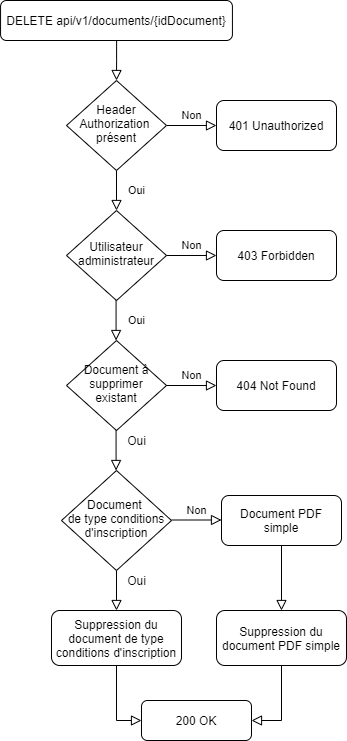
Earlier version of the draw.io export documentation/diagram/drawio/flowchartDeleteOneDocument.png (jonathanboreljaquet/bj-travail-diplome-2021). Source tidied: cells renumbered, new cells last; positions are measured from the earlier drawing's top-left corner, leaving out a move shared by most shapes. The source it was exported from:
```xml
<mxGraphModel>
  <root>
    <mxCell id="0" />
    <mxCell id="1" parent="0" />
    <mxCell id="2" style="rounded=0;html=1;jettySize=auto;fontSize=11;endArrow=block;endFill=0;endSize=8;strokeWidth=1;shadow=0;labelBackgroundColor=none;edgeStyle=orthogonalEdgeStyle;" parent="1" edge="1" source="3" target="6">
      <mxGeometry relative="1" as="geometry" />
    </mxCell>
    <mxCell id="3" value="DELETE api/v1/documents/{idDocument}" style="rounded=1;whiteSpace=wrap;html=1;fontSize=12;glass=0;strokeWidth=1;shadow=0;" parent="1" vertex="1">
      <mxGeometry x="0.1" width="231.9" height="40" as="geometry" />
    </mxCell>
    <mxCell id="4" value="Oui" style="rounded=0;html=1;jettySize=auto;fontSize=11;endArrow=block;endFill=0;endSize=8;strokeWidth=1;shadow=0;labelBackgroundColor=none;edgeStyle=orthogonalEdgeStyle;" parent="1" edge="1" source="6" target="8">
      <mxGeometry y="20" relative="1" as="geometry" />
    </mxCell>
    <mxCell id="5" value="Non" style="edgeStyle=orthogonalEdgeStyle;rounded=0;html=1;jettySize=auto;fontSize=11;endArrow=block;endFill=0;endSize=8;strokeWidth=1;shadow=0;labelBackgroundColor=none;" parent="1" edge="1" source="6" target="7">
      <mxGeometry y="10" relative="1" as="geometry" />
    </mxCell>
    <mxCell id="6" value="Header Authorization&amp;nbsp;&lt;br&gt;présent" style="rhombus;whiteSpace=wrap;html=1;shadow=0;fontFamily=Helvetica;fontSize=12;align=center;strokeWidth=1;spacing=6;spacingTop=-4;" parent="1" vertex="1">
      <mxGeometry x="66" y="80" width="100" height="90" as="geometry" />
    </mxCell>
    <mxCell id="7" value="401 Unauthorized" style="rounded=1;whiteSpace=wrap;html=1;fontSize=12;glass=0;strokeWidth=1;shadow=0;" parent="1" vertex="1">
      <mxGeometry x="216" y="100" width="120" height="50" as="geometry" />
    </mxCell>
    <mxCell id="8" value="Utilisateur administrateur" style="rhombus;whiteSpace=wrap;html=1;shadow=0;fontFamily=Helvetica;fontSize=12;align=center;strokeWidth=1;spacing=6;spacingTop=-4;" parent="1" vertex="1">
      <mxGeometry x="66" y="210" width="100" height="90" as="geometry" />
    </mxCell>
    <mxCell id="9" value="Oui" style="rounded=0;html=1;jettySize=auto;orthogonalLoop=1;fontSize=11;endArrow=block;endFill=0;endSize=8;strokeWidth=1;shadow=0;labelBackgroundColor=none;edgeStyle=orthogonalEdgeStyle;" parent="1" edge="1">
      <mxGeometry y="20" relative="1" as="geometry">
        <mxPoint x="115.6" y="300" as="sourcePoint" />
        <mxPoint x="115.6" y="340" as="targetPoint" />
      </mxGeometry>
    </mxCell>
    <mxCell id="10" value="200 OK" style="rounded=1;whiteSpace=wrap;html=1;fontSize=12;glass=0;strokeWidth=1;shadow=0;" parent="1" vertex="1">
      <mxGeometry x="141" y="700" width="110" height="40" as="geometry" />
    </mxCell>
    <mxCell id="11" value="Non" style="edgeStyle=orthogonalEdgeStyle;rounded=0;html=1;jettySize=auto;fontSize=11;endArrow=block;endFill=0;endSize=8;strokeWidth=1;shadow=0;labelBackgroundColor=none;" parent="1" edge="1" target="12">
      <mxGeometry y="10" relative="1" as="geometry">
        <mxPoint x="166" y="255" as="sourcePoint" />
      </mxGeometry>
    </mxCell>
    <mxCell id="12" value="403 Forbidden" style="rounded=1;whiteSpace=wrap;html=1;fontSize=12;glass=0;strokeWidth=1;shadow=0;" parent="1" vertex="1">
      <mxGeometry x="216" y="230" width="120" height="50" as="geometry" />
    </mxCell>
    <mxCell id="13" value="Document à supprimer&lt;br&gt;existant" style="rhombus;whiteSpace=wrap;html=1;shadow=0;fontFamily=Helvetica;fontSize=12;align=center;strokeWidth=1;spacing=6;spacingTop=-4;" parent="1" vertex="1">
      <mxGeometry x="66" y="340" width="100" height="90" as="geometry" />
    </mxCell>
    <mxCell id="14" value="Non" style="edgeStyle=orthogonalEdgeStyle;rounded=0;html=1;jettySize=auto;fontSize=11;endArrow=block;endFill=0;endSize=8;strokeWidth=1;shadow=0;labelBackgroundColor=none;" parent="1" edge="1" target="15">
      <mxGeometry y="10" relative="1" as="geometry">
        <mxPoint x="166" y="385" as="sourcePoint" />
      </mxGeometry>
    </mxCell>
    <mxCell id="15" value="404 Not Found" style="rounded=1;whiteSpace=wrap;html=1;fontSize=12;glass=0;strokeWidth=1;shadow=0;" parent="1" vertex="1">
      <mxGeometry x="216" y="360" width="120" height="50" as="geometry" />
    </mxCell>
    <mxCell id="16" style="rounded=0;html=1;jettySize=auto;orthogonalLoop=1;fontSize=11;endArrow=block;endFill=0;endSize=8;strokeWidth=1;shadow=0;labelBackgroundColor=none;edgeStyle=orthogonalEdgeStyle;" parent="1" edge="1">
      <mxGeometry x="1" y="130" relative="1" as="geometry">
        <mxPoint x="115.6" y="430" as="sourcePoint" />
        <mxPoint x="115.6" y="470" as="targetPoint" />
      </mxGeometry>
    </mxCell>
    <mxCell id="17" value="Oui" style="text;html=1;align=center;verticalAlign=middle;strokeColor=none;" parent="1" vertex="1">
      <mxGeometry x="121" y="430" width="30" height="20" as="geometry" />
    </mxCell>
    <mxCell id="18" value="Document &lt;br&gt;de type conditions d'inscription" style="rhombus;whiteSpace=wrap;html=1;shadow=0;fontFamily=Helvetica;fontSize=12;align=center;strokeWidth=1;spacing=6;spacingTop=-4;" parent="1" vertex="1">
      <mxGeometry x="61" y="470" width="110" height="100" as="geometry" />
    </mxCell>
    <mxCell id="19" value="Suppression du document de type conditions d'inscription" style="rounded=1;whiteSpace=wrap;html=1;fontSize=12;glass=0;strokeWidth=1;shadow=0;" parent="1" vertex="1">
      <mxGeometry x="51" y="610" width="130" height="55" as="geometry" />
    </mxCell>
    <mxCell id="20" style="rounded=0;html=1;jettySize=auto;fontSize=11;endArrow=block;endFill=0;endSize=8;strokeWidth=1;shadow=0;labelBackgroundColor=none;edgeStyle=orthogonalEdgeStyle;exitX=0.5;exitY=1;exitDx=0;exitDy=0;entryX=0.5;entryY=0;entryDx=0;entryDy=0;" parent="1" edge="1" source="18" target="19">
      <mxGeometry x="1" y="130" relative="1" as="geometry" />
    </mxCell>
    <mxCell id="21" value="Non" style="edgeStyle=orthogonalEdgeStyle;rounded=0;html=1;jettySize=auto;orthogonalLoop=1;fontSize=11;endArrow=block;endFill=0;endSize=8;strokeWidth=1;shadow=0;labelBackgroundColor=none;" parent="1" edge="1">
      <mxGeometry y="10" relative="1" as="geometry">
        <mxPoint x="171" y="519.5" as="sourcePoint" />
        <mxPoint x="221" y="519.5" as="targetPoint" />
      </mxGeometry>
    </mxCell>
    <mxCell id="22" value="Oui" style="text;html=1;align=center;verticalAlign=middle;strokeColor=none;" parent="1" vertex="1">
      <mxGeometry x="121" y="570" width="30" height="20" as="geometry" />
    </mxCell>
    <mxCell id="23" style="rounded=0;html=1;jettySize=auto;fontSize=11;endArrow=block;endFill=0;endSize=8;strokeWidth=1;shadow=0;labelBackgroundColor=none;edgeStyle=orthogonalEdgeStyle;entryX=0.5;entryY=0;entryDx=0;entryDy=0;exitX=0.5;exitY=1;exitDx=0;exitDy=0;" parent="1" edge="1" source="27" target="24">
      <mxGeometry x="1" y="130" relative="1" as="geometry" />
    </mxCell>
    <mxCell id="24" value="Suppression du document PDF simple" style="rounded=1;whiteSpace=wrap;html=1;fontSize=12;glass=0;strokeWidth=1;shadow=0;" parent="1" vertex="1">
      <mxGeometry x="216" y="610" width="130" height="55" as="geometry" />
    </mxCell>
    <mxCell id="25" style="rounded=0;html=1;jettySize=auto;fontSize=11;endArrow=block;endFill=0;endSize=8;strokeWidth=1;shadow=0;labelBackgroundColor=none;edgeStyle=orthogonalEdgeStyle;exitX=0.5;exitY=1;exitDx=0;exitDy=0;entryX=1;entryY=0.5;entryDx=0;entryDy=0;" parent="1" edge="1" source="24" target="10">
      <mxGeometry x="1" y="130" relative="1" as="geometry">
        <Array as="points">
          <mxPoint x="281" y="720" />
        </Array>
      </mxGeometry>
    </mxCell>
    <mxCell id="26" style="rounded=0;html=1;jettySize=auto;fontSize=11;endArrow=block;endFill=0;endSize=8;strokeWidth=1;shadow=0;labelBackgroundColor=none;edgeStyle=orthogonalEdgeStyle;exitX=0.5;exitY=1;exitDx=0;exitDy=0;entryX=0;entryY=0.5;entryDx=0;entryDy=0;" parent="1" edge="1" source="19" target="10">
      <mxGeometry x="1" y="130" relative="1" as="geometry">
        <Array as="points">
          <mxPoint x="116" y="720" />
        </Array>
      </mxGeometry>
    </mxCell>
    <mxCell id="27" value="Document PDF simple" style="rounded=1;whiteSpace=wrap;html=1;fontSize=12;glass=0;strokeWidth=1;shadow=0;" parent="1" vertex="1">
      <mxGeometry x="221" y="495" width="120" height="50" as="geometry" />
    </mxCell>
  </root>
</mxGraphModel>
```
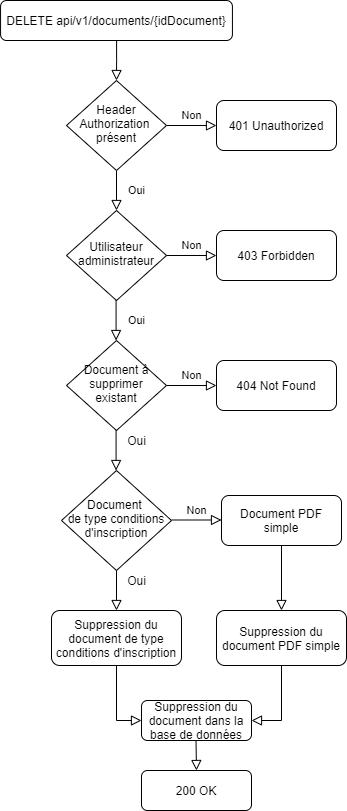
Above is the later version.

What changed in the source:
```diff
@@ -29,7 +29,7 @@
         <mxPoint x="115.6" y="340" as="targetPoint" />
       </mxGeometry>
     </mxCell>
-    <mxCell id="10" value="200 OK" style="rounded=1;whiteSpace=wrap;html=1;fontSize=12;glass=0;strokeWidth=1;shadow=0;" parent="1" vertex="1">
+    <mxCell id="10" value="Suppression du document dans la base de données" style="rounded=1;whiteSpace=wrap;html=1;fontSize=12;glass=0;strokeWidth=1;shadow=0;" parent="1" vertex="1">
       <mxGeometry x="141" y="700" width="110" height="40" as="geometry" />
     </mxCell>
     <mxCell id="11" value="Non" style="edgeStyle=orthogonalEdgeStyle;rounded=0;html=1;jettySize=auto;fontSize=11;endArrow=block;endFill=0;endSize=8;strokeWidth=1;shadow=0;labelBackgroundColor=none;" parent="1" edge="1" target="12">
@@ -101,5 +101,13 @@
     <mxCell id="27" value="Document PDF simple" style="rounded=1;whiteSpace=wrap;html=1;fontSize=12;glass=0;strokeWidth=1;shadow=0;" parent="1" vertex="1">
       <mxGeometry x="221" y="495" width="120" height="50" as="geometry" />
     </mxCell>
+    <mxCell id="28" value="200 OK" style="rounded=1;whiteSpace=wrap;html=1;fontSize=12;glass=0;strokeWidth=1;shadow=0;" parent="1" vertex="1">
+      <mxGeometry x="141" y="770" width="110" height="40" as="geometry" />
+    </mxCell>
+    <mxCell id="29" style="rounded=0;html=1;jettySize=auto;fontSize=11;endArrow=block;endFill=0;endSize=8;strokeWidth=1;shadow=0;labelBackgroundColor=none;edgeStyle=orthogonalEdgeStyle;exitX=0.5;exitY=1;exitDx=0;exitDy=0;entryX=0.5;entryY=0;entryDx=0;entryDy=0;" parent="1" edge="1" target="28">
+      <mxGeometry x="1" y="130" relative="1" as="geometry">
+        <mxPoint x="195.5" y="740" as="sourcePoint" />
+      </mxGeometry>
+    </mxCell>
   </root>
 </mxGraphModel>
```
